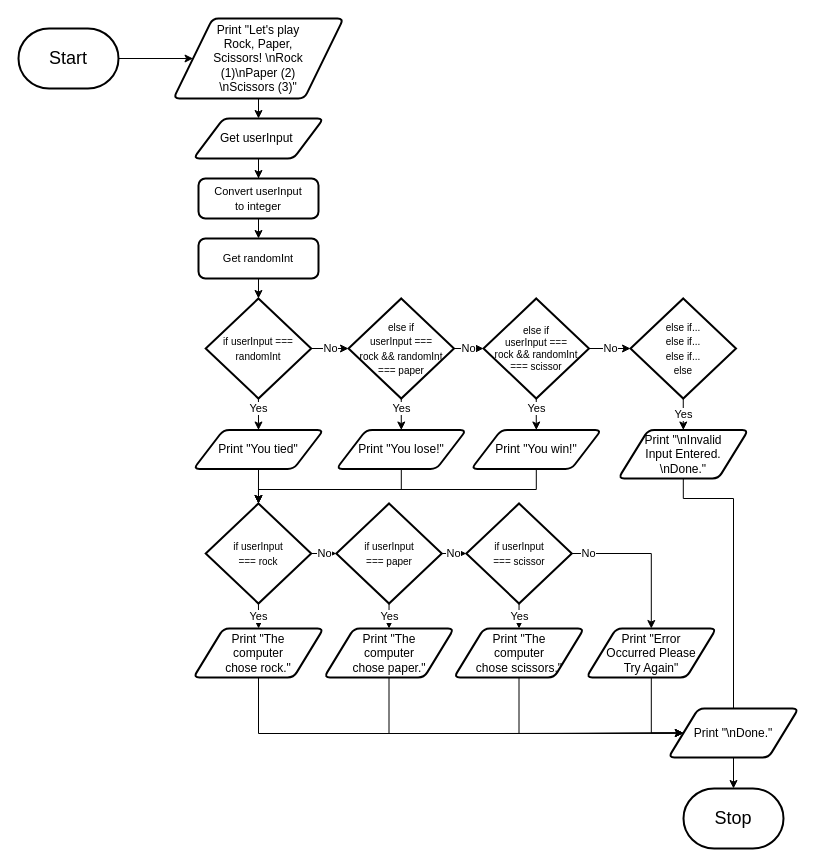
Seti-Ngabo/ics4u-assignment-1-typescript keeps this draw.io diagram as flowchart.drawio. Above is the earlier version. Source tidied: cells renumbered, new cells numbered last; positions are measured from the earlier drawing's top-left corner, leaving out a move shared by most shapes. Both pictures are drawn from the tidied source at 100%, with x=0, y=0 at pixel (18, 18).
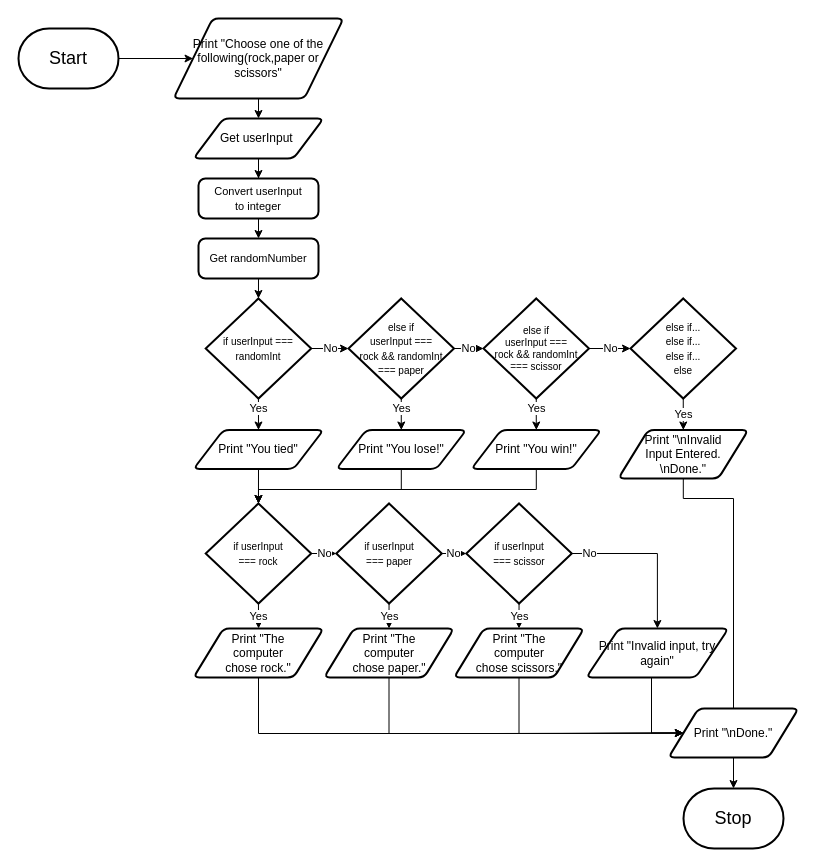
The same diagram, later.

The edit, as a diff of the source:
```diff
@@
-    <mxCell id="17" value="Print &quot;&lt;span style=&quot;background-color: initial; font-size: 12px;&quot;&gt;Let's play &lt;br&gt;Rock, Paper, &lt;br&gt;Scissors! \n&lt;/span&gt;&lt;span style=&quot;background-color: initial;&quot;&gt;Rock &lt;br&gt;(1)\nPaper (2)&lt;br&gt;\nScissors (3)&quot;&lt;/span&gt;&lt;span style=&quot;background-color: initial; font-size: 12px;&quot;&gt;&lt;br&gt;&lt;/span&gt;" style="shape=parallelogram;html=1;strokeWidth=2;perimeter=parallelogramPerimeter;whiteSpace=wrap;rounded=1;arcSize=12;size=0.23;" parent="1" vertex="1">
+    <mxCell id="17" value="Print &quot;Choose one of the following(rock,paper or scissors&lt;span&gt;&quot;&lt;/span&gt;&lt;span style=&quot;font-size: 12px&quot;&gt;&lt;br&gt;&lt;/span&gt;" style="shape=parallelogram;html=1;strokeWidth=2;perimeter=parallelogramPerimeter;whiteSpace=wrap;rounded=1;arcSize=12;size=0.23;" parent="1" vertex="1">
       <mxGeometry x="155" width="170" height="80" as="geometry" />
     </mxCell>
@@
-    <mxCell id="48" value="Print &quot;&lt;span style=&quot;font-size: 12px;&quot;&gt;Error &lt;br&gt;Occurred Please &lt;br&gt;Try Again&lt;/span&gt;&quot;" style="shape=parallelogram;html=1;strokeWidth=2;perimeter=parallelogramPerimeter;whiteSpace=wrap;rounded=1;arcSize=12;size=0.23;" parent="1" vertex="1">
-      <mxGeometry x="567.8" y="610" width="130" height="49" as="geometry" />
+    <mxCell id="48" value="Print &quot;Invalid input, try again&quot;" style="shape=parallelogram;html=1;strokeWidth=2;perimeter=parallelogramPerimeter;whiteSpace=wrap;rounded=1;arcSize=12;size=0.23;" parent="1" vertex="1">
+      <mxGeometry x="567.8" y="610" width="142.2" height="49" as="geometry" />
     </mxCell>
@@
-    <mxCell id="50" value="&lt;span style=&quot;font-size: 11px;&quot;&gt;Get randomInt&lt;/span&gt;" style="rounded=1;whiteSpace=wrap;html=1;absoluteArcSize=1;arcSize=14;strokeWidth=2;" parent="1" vertex="1">
+    <mxCell id="50" value="&lt;span style=&quot;font-size: 11px&quot;&gt;Get randomNumber&lt;/span&gt;" style="rounded=1;whiteSpace=wrap;html=1;absoluteArcSize=1;arcSize=14;strokeWidth=2;" parent="1" vertex="1">
       <mxGeometry x="180" y="220" width="120" height="40" as="geometry" />
     </mxCell>
```
